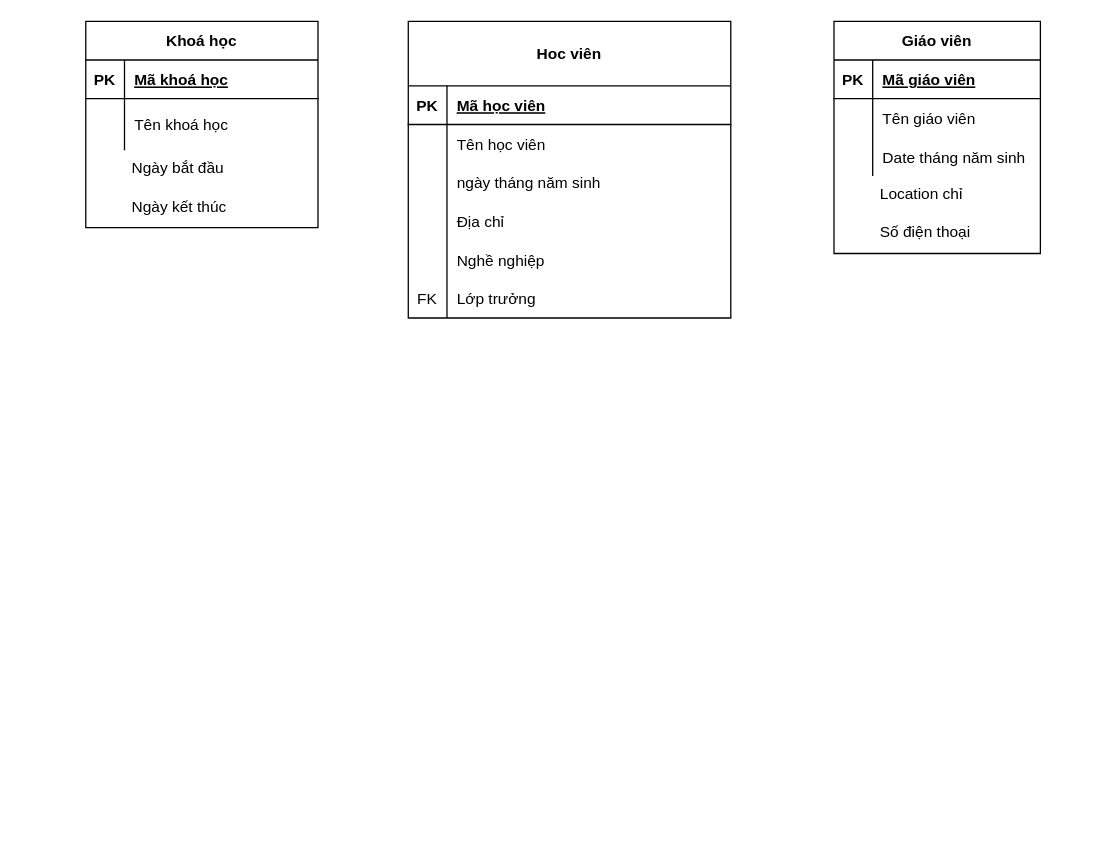
Earlier version of the draw.io diagram Problem8.drawio (A41056/ERD). Source tidied: cells renumbered, new cells numbered last; positions are measured from the earlier drawing's top-left corner, leaving out a move shared by most shapes. Both pictures are drawn from the tidied source at 129%, with x=0, y=0 at pixel (85, 21).
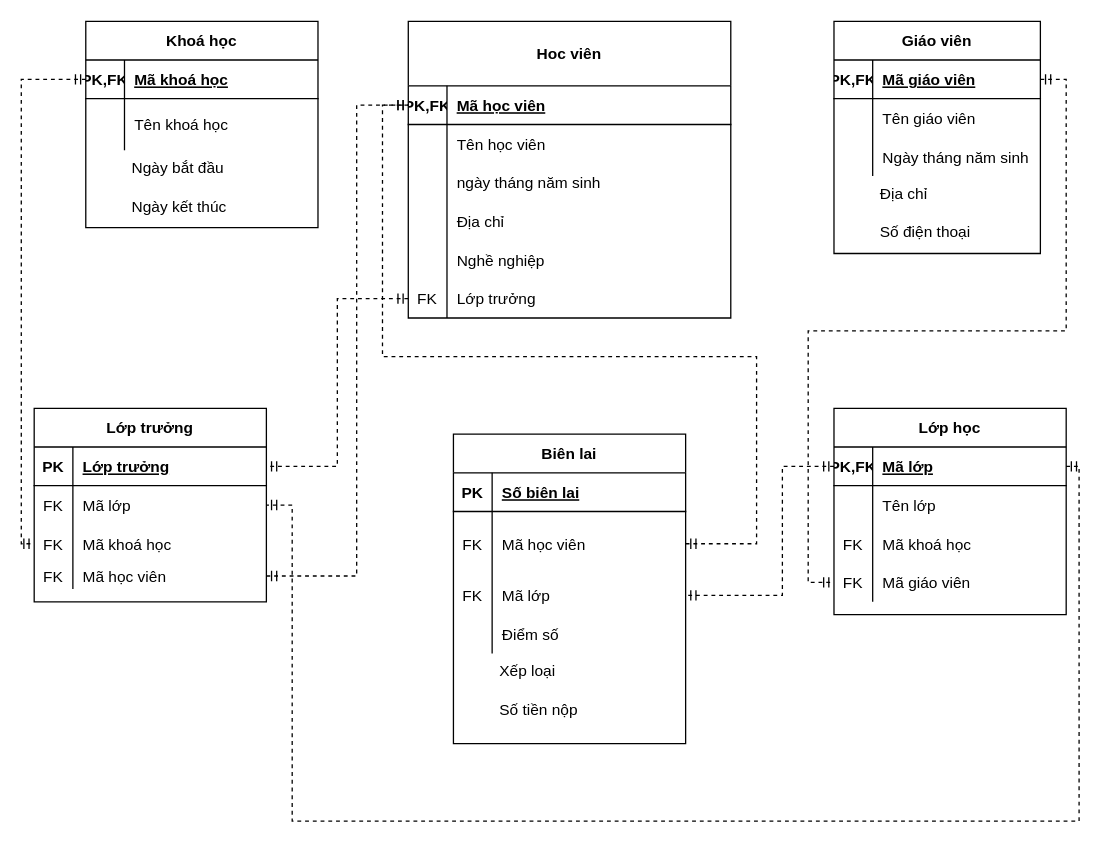
The same page after the edit.

The change refers to these unchanged cells:
```xml
<mxCell id="3" style="shape=partialRectangle;fillColor=none;points=[[0,0.5],[1,0.5]];portConstraint=eastwest;top=0;left=0;right=0;bottom=1;" parent="2" vertex="1">
  <mxGeometry y="50" width="250" height="30" as="geometry" />
</mxCell>
<mxCell id="18" style="shape=partialRectangle;fillColor=none;points=[[0,0.5],[1,0.5]];portConstraint=eastwest;top=0;left=0;right=0;bottom=0;" parent="2" vertex="1">
  <mxGeometry y="200" width="250" height="30" as="geometry" />
</mxCell>
<mxCell id="22" style="shape=partialRectangle;fillColor=none;points=[[0,0.5],[1,0.5]];portConstraint=eastwest;top=0;left=0;right=0;bottom=1;" parent="21" vertex="1">
  <mxGeometry y="30" width="160" height="30" as="geometry" />
</mxCell>
<mxCell id="28" style="shape=partialRectangle;fillColor=none;top=0;left=0;right=0;bottom=0;" parent="21" vertex="1">
  <mxGeometry y="90" width="160" height="30" as="geometry" />
</mxCell>
<mxCell id="32" style="shape=partialRectangle;fillColor=none;points=[[0,0.5],[1,0.5]];portConstraint=eastwest;top=0;left=0;right=0;bottom=1;" parent="31" vertex="1">
  <mxGeometry y="30" width="180" height="30" as="geometry" />
</mxCell>
```

The edit, as a diff of the source:
```diff
@@
-    <mxCell id="4" value="PK" style="shape=partialRectangle;overflow=hidden;fillColor=none;top=0;left=0;bottom=0;right=0;fontStyle=1;" parent="3" vertex="1">
+    <mxCell id="4" value="PK,FK" style="shape=partialRectangle;overflow=hidden;fillColor=none;top=0;left=0;bottom=0;right=0;fontStyle=1;" parent="3" vertex="1">
       <mxGeometry width="30" height="30" as="geometry" />
     </mxCell>
@@
-    <mxCell id="23" value="PK" style="shape=partialRectangle;overflow=hidden;fillColor=none;top=0;left=0;bottom=0;right=0;fontStyle=1;" parent="22" vertex="1">
+    <mxCell id="23" value="PK,FK" style="shape=partialRectangle;overflow=hidden;fillColor=none;top=0;left=0;bottom=0;right=0;fontStyle=1;" parent="22" vertex="1">
       <mxGeometry width="30" height="30" as="geometry" />
     </mxCell>
@@
-    <mxCell id="30" value="Date tháng năm sinh" style="shape=partialRectangle;overflow=hidden;fillColor=none;top=0;left=0;bottom=0;right=0;align=left;spacingLeft=6;" parent="28" vertex="1">
+    <mxCell id="30" value="Ngày tháng năm sinh" style="shape=partialRectangle;overflow=hidden;fillColor=none;top=0;left=0;bottom=0;right=0;align=left;spacingLeft=6;" parent="28" vertex="1">
       <mxGeometry x="30" width="130" height="30" as="geometry" />
     </mxCell>
@@
-    <mxCell id="33" value="PK" style="shape=partialRectangle;overflow=hidden;fillColor=none;top=0;left=0;bottom=0;right=0;fontStyle=1;" parent="32" vertex="1">
+    <mxCell id="33" value="PK,FK" style="shape=partialRectangle;overflow=hidden;fillColor=none;top=0;left=0;bottom=0;right=0;fontStyle=1;" parent="32" vertex="1">
       <mxGeometry width="30" height="30" as="geometry" />
     </mxCell>
@@
-    <mxCell id="40" value="Location chỉ" style="text;strokeColor=none;fillColor=none;spacingLeft=4;spacingRight=4;overflow=hidden;fontSize=12;startSize=30;" parent="1" vertex="1">
+    <mxCell id="40" value="Địa chỉ" style="text;strokeColor=none;fillColor=none;spacingLeft=4;spacingRight=4;overflow=hidden;fontSize=12;startSize=30;" parent="1" vertex="1">
       <mxGeometry x="610" y="120" width="130" height="30" as="geometry" />
     </mxCell>
@@
+    <mxCell id="42" value="Lớp trưởng" style="shape=table;startSize=30;childLayout=tableLayout;rowLines=0;fontStyle=1;align=center;" parent="1" vertex="1">
+      <mxGeometry x="-40" y="300" width="180" height="150" as="geometry" />
+    </mxCell>
+    <mxCell id="43" style="shape=partialRectangle;fillColor=none;top=0;left=0;bottom=1;right=0;points=[[0,0.5],[1,0.5]];portConstraint=eastwest;" parent="42" vertex="1">
+      <mxGeometry y="30" width="180" height="30" as="geometry" />
+    </mxCell>
+    <mxCell id="44" value="PK" style="shape=partialRectangle;fillColor=none;top=0;left=0;bottom=0;right=0;fontStyle=1;overflow=hidden;" parent="43" vertex="1">
+      <mxGeometry width="30" height="30" as="geometry" />
+    </mxCell>
+    <mxCell id="45" value="Lớp trưởng" style="shape=partialRectangle;fillColor=none;top=0;left=0;bottom=0;right=0;align=left;spacingLeft=6;fontStyle=5;overflow=hidden;" parent="43" vertex="1">
+      <mxGeometry x="30" width="150" height="30" as="geometry" />
+    </mxCell>
+    <mxCell id="46" style="shape=partialRectangle;fillColor=none;top=0;left=0;bottom=0;right=0;points=[[0,0.5],[1,0.5]];portConstraint=eastwest;" parent="42" vertex="1">
+      <mxGeometry y="60" width="180" height="30" as="geometry" />
+    </mxCell>
+    <mxCell id="47" value="FK" style="shape=partialRectangle;fillColor=none;top=0;left=0;bottom=0;right=0;overflow=hidden;" parent="46" vertex="1">
+      <mxGeometry width="30" height="30" as="geometry" />
+    </mxCell>
+    <mxCell id="48" value="Mã lớp" style="shape=partialRectangle;fillColor=none;top=0;left=0;bottom=0;right=0;align=left;spacingLeft=6;overflow=hidden;" parent="46" vertex="1">
+      <mxGeometry x="30" width="150" height="30" as="geometry" />
+    </mxCell>
+    <mxCell id="49" style="shape=partialRectangle;fillColor=none;top=0;left=0;bottom=0;right=0;points=[[0,0.5],[1,0.5]];portConstraint=eastwest;" parent="42" vertex="1">
+      <mxGeometry y="90" width="180" height="30" as="geometry" />
+    </mxCell>
+    <mxCell id="50" value="FK" style="shape=partialRectangle;fillColor=none;top=0;left=0;bottom=0;right=0;overflow=hidden;" parent="49" vertex="1">
+      <mxGeometry width="30" height="30" as="geometry" />
+    </mxCell>
+    <mxCell id="51" value="Mã khoá học" style="shape=partialRectangle;fillColor=none;top=0;left=0;bottom=0;right=0;align=left;spacingLeft=6;overflow=hidden;" parent="49" vertex="1">
+      <mxGeometry x="30" width="150" height="30" as="geometry" />
+    </mxCell>
+    <mxCell id="52" style="shape=partialRectangle;fillColor=none;top=0;left=0;bottom=0;right=0;points=[[0,0.5],[1,0.5]];portConstraint=eastwest;" parent="42" vertex="1">
+      <mxGeometry y="120" width="180" height="20" as="geometry" />
+    </mxCell>
+    <mxCell id="53" value="FK" style="shape=partialRectangle;fillColor=none;top=0;left=0;bottom=0;right=0;overflow=hidden;" parent="52" vertex="1">
+      <mxGeometry width="30" height="20" as="geometry" />
+    </mxCell>
+    <mxCell id="54" value="Mã học viên" style="shape=partialRectangle;fillColor=none;top=0;left=0;bottom=0;right=0;align=left;spacingLeft=6;overflow=hidden;" parent="52" vertex="1">
+      <mxGeometry x="30" width="150" height="20" as="geometry" />
+    </mxCell>
+    <mxCell id="55" value="Lớp học" style="shape=table;startSize=30;childLayout=tableLayout;rowLines=0;fontStyle=1;align=center;" parent="1" vertex="1">
+      <mxGeometry x="580" y="300" width="180" height="160" as="geometry" />
+    </mxCell>
+    <mxCell id="56" style="shape=partialRectangle;fillColor=none;top=0;left=0;bottom=1;right=0;points=[[0,0.5],[1,0.5]];portConstraint=eastwest;" parent="55" vertex="1">
+      <mxGeometry y="30" width="180" height="30" as="geometry" />
+    </mxCell>
+    <mxCell id="57" value="PK,FK" style="shape=partialRectangle;fillColor=none;top=0;left=0;bottom=0;right=0;fontStyle=1;overflow=hidden;" parent="56" vertex="1">
+      <mxGeometry width="30" height="30" as="geometry" />
+    </mxCell>
+    <mxCell id="58" value="Mã lớp" style="shape=partialRectangle;fillColor=none;top=0;left=0;bottom=0;right=0;align=left;spacingLeft=6;fontStyle=5;overflow=hidden;" parent="56" vertex="1">
+      <mxGeometry x="30" width="150" height="30" as="geometry" />
+    </mxCell>
+    <mxCell id="59" style="shape=partialRectangle;fillColor=none;top=0;left=0;bottom=0;right=0;" parent="55" vertex="1">
+      <mxGeometry y="60" width="180" height="30" as="geometry" />
+    </mxCell>
+    <mxCell id="60" style="shape=partialRectangle;fillColor=none;top=0;left=0;bottom=0;right=0;overflow=hidden;" parent="59" vertex="1">
+      <mxGeometry width="30" height="30" as="geometry" />
+    </mxCell>
+    <mxCell id="61" value="Tên lớp" style="shape=partialRectangle;fillColor=none;top=0;left=0;bottom=0;right=0;align=left;spacingLeft=6;overflow=hidden;" parent="59" vertex="1">
+      <mxGeometry x="30" width="150" height="30" as="geometry" />
+    </mxCell>
+    <mxCell id="62" style="shape=partialRectangle;fillColor=none;top=0;left=0;bottom=0;right=0;" parent="55" vertex="1">
+      <mxGeometry y="90" width="180" height="30" as="geometry" />
+    </mxCell>
+    <mxCell id="63" value="FK" style="shape=partialRectangle;fillColor=none;top=0;left=0;bottom=0;right=0;overflow=hidden;" parent="62" vertex="1">
+      <mxGeometry width="30" height="30" as="geometry" />
+    </mxCell>
+    <mxCell id="64" value="Mã khoá học" style="shape=partialRectangle;fillColor=none;top=0;left=0;bottom=0;right=0;align=left;spacingLeft=6;overflow=hidden;" parent="62" vertex="1">
+      <mxGeometry x="30" width="150" height="30" as="geometry" />
+    </mxCell>
+    <mxCell id="65" style="shape=partialRectangle;fillColor=none;top=0;left=0;bottom=0;right=0;points=[[0,0.5],[1,0.5]];portConstraint=eastwest;" parent="55" vertex="1">
+      <mxGeometry y="120" width="180" height="30" as="geometry" />
+    </mxCell>
+    <mxCell id="66" value="FK" style="shape=partialRectangle;fillColor=none;top=0;left=0;bottom=0;right=0;overflow=hidden;" parent="65" vertex="1">
+      <mxGeometry width="30" height="30" as="geometry" />
+    </mxCell>
+    <mxCell id="67" value="Mã giáo viên" style="shape=partialRectangle;fillColor=none;top=0;left=0;bottom=0;right=0;align=left;spacingLeft=6;overflow=hidden;" parent="65" vertex="1">
+      <mxGeometry x="30" width="150" height="30" as="geometry" />
+    </mxCell>
+    <mxCell id="68" value="Biên lai" style="shape=table;startSize=30;childLayout=tableLayout;rowLines=0;fontStyle=1;align=center;" parent="1" vertex="1">
+      <mxGeometry x="285" y="320" width="180" height="240" as="geometry" />
+    </mxCell>
+    <mxCell id="69" style="shape=partialRectangle;fillColor=none;top=0;left=0;bottom=1;right=0;" parent="68" vertex="1">
+      <mxGeometry y="30" width="180" height="30" as="geometry" />
+    </mxCell>
+    <mxCell id="70" value="PK" style="shape=partialRectangle;fillColor=none;top=0;left=0;bottom=0;right=0;fontStyle=1;overflow=hidden;" parent="69" vertex="1">
+      <mxGeometry width="30" height="30" as="geometry" />
+    </mxCell>
+    <mxCell id="71" value="Số biên lai" style="shape=partialRectangle;fillColor=none;top=0;left=0;bottom=0;right=0;align=left;spacingLeft=6;fontStyle=5;overflow=hidden;" parent="69" vertex="1">
+      <mxGeometry x="30" width="150" height="30" as="geometry" />
+    </mxCell>
+    <mxCell id="72" style="shape=partialRectangle;fillColor=none;top=0;left=0;bottom=0;right=0;points=[[0,0.5],[1,0.5]];portConstraint=eastwest;" parent="68" vertex="1">
+      <mxGeometry y="60" width="180" height="50" as="geometry" />
+    </mxCell>
+    <mxCell id="73" value="FK" style="shape=partialRectangle;fillColor=none;top=0;left=0;bottom=0;right=0;overflow=hidden;" parent="72" vertex="1">
+      <mxGeometry width="30" height="50" as="geometry" />
+    </mxCell>
+    <mxCell id="74" value="Mã học viên" style="shape=partialRectangle;fillColor=none;top=0;left=0;bottom=0;right=0;align=left;spacingLeft=6;overflow=hidden;" parent="72" vertex="1">
+      <mxGeometry x="30" width="150" height="50" as="geometry" />
+    </mxCell>
+    <mxCell id="75" style="shape=partialRectangle;fillColor=none;top=0;left=0;bottom=0;right=0;points=[[0,0.5],[1,0.5]];portConstraint=eastwest;" parent="68" vertex="1">
+      <mxGeometry y="110" width="180" height="30" as="geometry" />
+    </mxCell>
+    <mxCell id="76" value="FK" style="shape=partialRectangle;fillColor=none;top=0;left=0;bottom=0;right=0;overflow=hidden;" parent="75" vertex="1">
+      <mxGeometry width="30" height="30" as="geometry" />
+    </mxCell>
+    <mxCell id="77" value="Mã lớp" style="shape=partialRectangle;fillColor=none;top=0;left=0;bottom=0;right=0;align=left;spacingLeft=6;overflow=hidden;" parent="75" vertex="1">
+      <mxGeometry x="30" width="150" height="30" as="geometry" />
+    </mxCell>
+    <mxCell id="78" style="shape=partialRectangle;fillColor=none;top=0;left=0;bottom=0;right=0;" parent="68" vertex="1">
+      <mxGeometry y="140" width="180" height="30" as="geometry" />
+    </mxCell>
+    <mxCell id="79" style="shape=partialRectangle;fillColor=none;top=0;left=0;bottom=0;right=0;overflow=hidden;" parent="78" vertex="1">
+      <mxGeometry width="30" height="30" as="geometry" />
+    </mxCell>
+    <mxCell id="80" value="Điểm số" style="shape=partialRectangle;fillColor=none;top=0;left=0;bottom=0;right=0;align=left;spacingLeft=6;overflow=hidden;" parent="78" vertex="1">
+      <mxGeometry x="30" width="150" height="30" as="geometry" />
+    </mxCell>
+    <mxCell id="81" value="Xếp loại" style="text;strokeColor=none;fillColor=none;spacingLeft=4;spacingRight=4;overflow=hidden;fontSize=12;" parent="1" vertex="1">
+      <mxGeometry x="315" y="490" width="150" height="30" as="geometry" />
+    </mxCell>
+    <mxCell id="82" value="Số tiền nộp" style="text;strokeColor=none;fillColor=none;spacingLeft=4;spacingRight=4;overflow=hidden;fontSize=12;" parent="1" vertex="1">
+      <mxGeometry x="315" y="520" width="150" height="30" as="geometry" />
+    </mxCell>
+    <mxCell id="83" style="edgeStyle=orthogonalEdgeStyle;rounded=0;jettySize=auto;html=1;entryX=1;entryY=0.5;entryDx=0;entryDy=0;dashed=1;startArrow=ERmandOne;startFill=0;endArrow=ERmandOne;endFill=0;" parent="1" edge="1" source="18" target="43">
+      <mxGeometry relative="1" as="geometry" />
+    </mxCell>
+    <mxCell id="84" style="edgeStyle=orthogonalEdgeStyle;rounded=0;jettySize=auto;html=1;entryX=1;entryY=0.5;entryDx=0;entryDy=0;dashed=1;startArrow=ERmandOne;startFill=0;endArrow=ERmandOne;endFill=0;" parent="1" edge="1" source="56" target="46">
+      <mxGeometry relative="1" as="geometry">
+        <Array as="points">
+          <mxPoint x="770" y="345" />
+          <mxPoint x="770" y="620" />
+          <mxPoint x="160" y="620" />
+          <mxPoint x="160" y="375" />
+        </Array>
+      </mxGeometry>
+    </mxCell>
+    <mxCell id="85" style="edgeStyle=orthogonalEdgeStyle;rounded=0;jettySize=auto;html=1;entryX=0;entryY=0.5;entryDx=0;entryDy=0;dashed=1;startArrow=ERmandOne;startFill=0;endArrow=ERmandOne;endFill=0;" parent="1" edge="1" source="32" target="49">
+      <mxGeometry relative="1" as="geometry">
+        <Array as="points">
+          <mxPoint x="-50" y="45" />
+          <mxPoint x="-50" y="405" />
+        </Array>
+      </mxGeometry>
+    </mxCell>
+    <mxCell id="86" style="edgeStyle=orthogonalEdgeStyle;rounded=0;jettySize=auto;html=1;entryX=0;entryY=0.5;entryDx=0;entryDy=0;dashed=1;startArrow=ERmandOne;startFill=0;endArrow=ERmandOne;endFill=0;" parent="1" edge="1" source="52" target="3">
+      <mxGeometry relative="1" as="geometry">
+        <Array as="points">
+          <mxPoint x="210" y="430" />
+          <mxPoint x="210" y="65" />
+        </Array>
+      </mxGeometry>
+    </mxCell>
+    <mxCell id="87" style="edgeStyle=orthogonalEdgeStyle;rounded=0;jettySize=auto;html=1;entryX=1;entryY=0.5;entryDx=0;entryDy=0;dashed=1;startArrow=ERmandOne;startFill=0;endArrow=ERmandOne;endFill=0;" parent="1" edge="1" source="56" target="75">
+      <mxGeometry relative="1" as="geometry">
+        <Array as="points">
+          <mxPoint x="540" y="345" />
+          <mxPoint x="540" y="445" />
+        </Array>
+      </mxGeometry>
+    </mxCell>
+    <mxCell id="88" style="edgeStyle=orthogonalEdgeStyle;rounded=0;jettySize=auto;html=1;dashed=1;startArrow=ERmandOne;startFill=0;endArrow=ERmandOne;endFill=0;" parent="1" edge="1" source="3" target="72">
+      <mxGeometry relative="1" as="geometry">
+        <Array as="points">
+          <mxPoint x="230" y="65" />
+          <mxPoint x="230" y="260" />
+          <mxPoint x="520" y="260" />
+          <mxPoint x="520" y="405" />
+        </Array>
+      </mxGeometry>
+    </mxCell>
+    <mxCell id="89" style="edgeStyle=orthogonalEdgeStyle;rounded=0;jettySize=auto;html=1;dashed=1;startArrow=ERmandOne;startFill=0;endArrow=ERmandOne;endFill=0;" parent="1" edge="1" source="22" target="65">
+      <mxGeometry relative="1" as="geometry" />
+    </mxCell>
```
